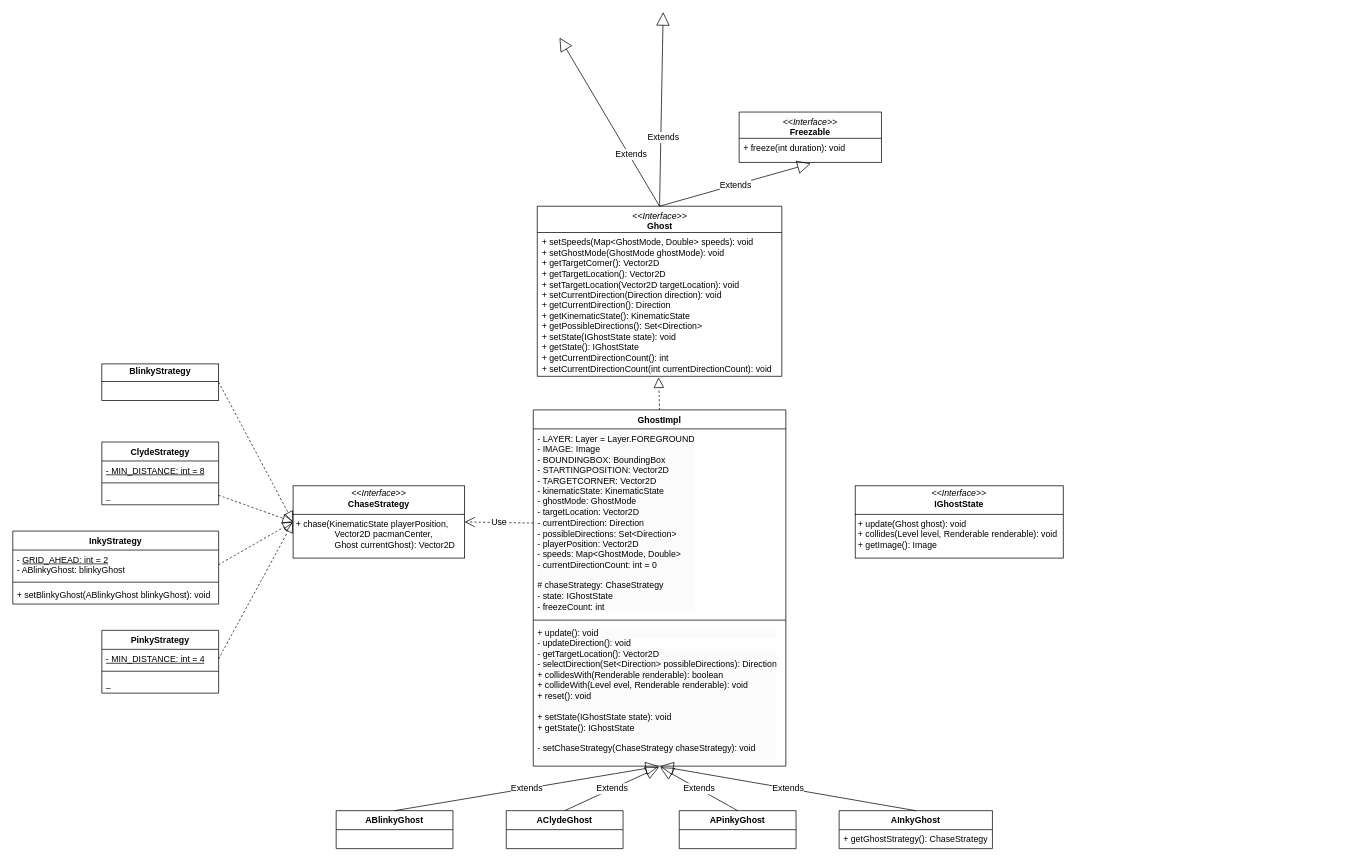
NguyenChHieu/graphs keeps this draw.io diagram as soft2201A3.drawio. Above is the earlier version. Source tidied: cells renumbered, new cells numbered last; positions are measured from the earlier drawing's top-left corner, leaving out a move shared by most shapes. Both pictures are drawn from the tidied source at 73%, with x=0, y=0 at pixel (12, 12).
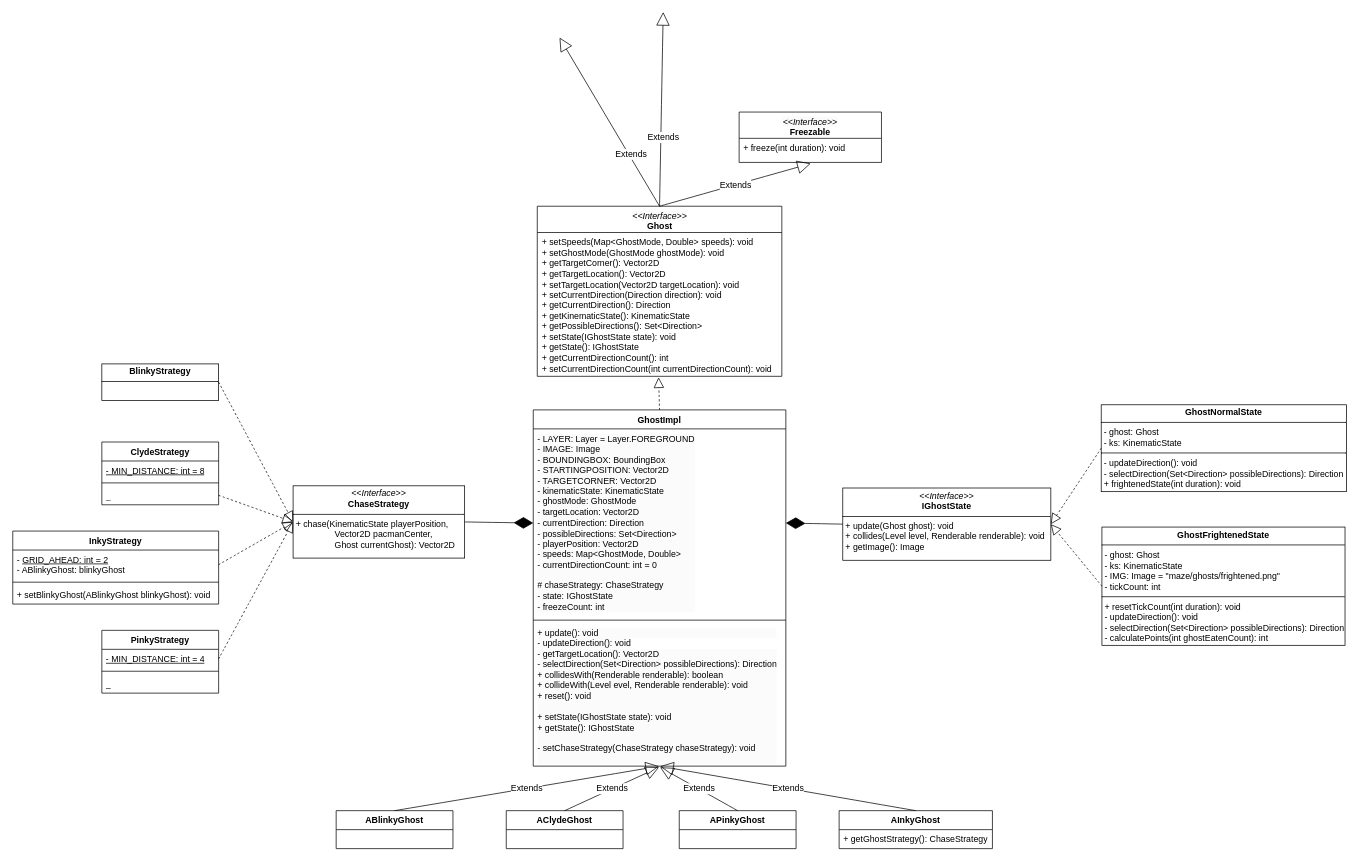
After the change.

The change refers to these unchanged cells:
```xml
<mxCell id="3" value="&lt;span style=&quot;background-color: rgb(251, 251, 251);&quot;&gt;- LAYER: Layer = Layer.FOREGROUND&lt;/span&gt;&lt;div style=&quot;background-color: rgb(251, 251, 251);&quot;&gt;- IMAGE: Image&lt;/div&gt;&lt;div style=&quot;background-color: rgb(251, 251, 251);&quot;&gt;- BOUNDINGBOX: BoundingBox&lt;/div&gt;&lt;div style=&quot;background-color: rgb(251, 251, 251);&quot;&gt;- STARTINGPOSITION: Vector2D&lt;/div&gt;&lt;div style=&quot;background-color: rgb(251, 251, 251);&quot;&gt;- TARGETCORNER: Vector2D&lt;/div&gt;&lt;div style=&quot;background-color: rgb(251, 251, 251);&quot;&gt;- kinematicState: KinematicState&lt;/div&gt;&lt;div style=&quot;background-color: rgb(251, 251, 251);&quot;&gt;- ghostMode: GhostMode&lt;/div&gt;&lt;div style=&quot;background-color: rgb(251, 251, 251);&quot;&gt;- targetLocation: Vector2D&lt;/div&gt;&lt;div style=&quot;background-color: rgb(251, 251, 251);&quot;&gt;- currentDirection: Direction&lt;/div&gt;&lt;div style=&quot;background-color: rgb(251, 251, 251);&quot;&gt;- possibleDirections: Set&amp;lt;Direction&amp;gt;&lt;/div&gt;&lt;div style=&quot;background-color: rgb(251, 251, 251);&quot;&gt;- playerPosition: Vector2D&lt;/div&gt;&lt;div style=&quot;background-color: rgb(251, 251, 251);&quot;&gt;- speeds: Map&amp;lt;GhostMode, Double&amp;gt;&lt;/div&gt;&lt;div style=&quot;background-color: rgb(251, 251, 251);&quot;&gt;- currentDirectionCount: int = 0&lt;/div&gt;&lt;div style=&quot;background-color: rgb(251, 251, 251);&quot;&gt;&lt;br&gt;&lt;/div&gt;&lt;div style=&quot;background-color: rgb(251, 251, 251);&quot;&gt;# chaseStrategy: ChaseStrategy&lt;/div&gt;&lt;div style=&quot;background-color: rgb(251, 251, 251);&quot;&gt;- state: IGhostState&lt;/div&gt;&lt;div style=&quot;background-color: rgb(251, 251, 251);&quot;&gt;- freezeCount: int&lt;/div&gt;" style="text;strokeColor=none;fillColor=none;align=left;verticalAlign=top;spacingLeft=4;spacingRight=4;overflow=hidden;points=[[0,0.5],[1,0.5]];portConstraint=eastwest;whiteSpace=wrap;html=1;" parent="2" vertex="1">
  <mxGeometry y="26" width="346" height="258" as="geometry" />
</mxCell>
<mxCell id="23" value="&lt;p style=&quot;margin:0px;margin-top:4px;text-align:center;&quot;&gt;&lt;i&gt;&amp;lt;&amp;lt;Interface&amp;gt;&amp;gt;&lt;/i&gt;&lt;br&gt;&lt;b&gt;ChaseStrategy&lt;/b&gt;&lt;/p&gt;&lt;hr size=&quot;1&quot; style=&quot;border-style:solid;&quot;&gt;&lt;p style=&quot;margin:0px;margin-left:4px;&quot;&gt;&lt;/p&gt;&lt;p style=&quot;margin:0px;margin-left:4px;&quot;&gt;+ chase(KinematicState playerPosition,&amp;nbsp;&lt;/p&gt;&lt;p style=&quot;margin:0px;margin-left:4px;&quot;&gt;&lt;span style=&quot;white-space: pre;&quot;&gt;&#9;&lt;span style=&quot;white-space: pre;&quot;&gt;&#9;&lt;/span&gt;&lt;/span&gt;Vector2D pacmanCenter,&amp;nbsp;&lt;/p&gt;&lt;p style=&quot;margin:0px;margin-left:4px;&quot;&gt;&lt;span style=&quot;white-space: pre;&quot;&gt;&#9;&lt;/span&gt;&lt;span style=&quot;white-space: pre;&quot;&gt;&#9;&lt;/span&gt;Ghost currentGhost): Vector2D&amp;nbsp;&lt;br&gt;&lt;/p&gt;" style="verticalAlign=top;align=left;overflow=fill;html=1;whiteSpace=wrap;" parent="1" vertex="1">
  <mxGeometry x="384" y="649" width="235" height="99" as="geometry" />
</mxCell>
```

The edit, as a diff of the source:
```diff
@@
-    <mxCell id="41" value="Use" style="endArrow=open;endSize=12;dashed=1;html=1;rounded=0;fontSize=12;curved=1;exitX=0;exitY=0.5;exitDx=0;exitDy=0;entryX=1;entryY=0.5;entryDx=0;entryDy=0;" parent="1" edge="1" source="3" target="23">
-      <mxGeometry relative="1" as="geometry" />
-    </mxCell>
     <mxCell id="42" value="&lt;p style=&quot;margin:0px;margin-top:4px;text-align:center;&quot;&gt;&lt;i&gt;&amp;lt;&amp;lt;Interface&amp;gt;&amp;gt;&lt;/i&gt;&lt;br&gt;&lt;b&gt;IGhostState&lt;/b&gt;&lt;/p&gt;&lt;hr size=&quot;1&quot; style=&quot;border-style:solid;&quot;&gt;&lt;p style=&quot;margin:0px;margin-left:4px;&quot;&gt;&lt;/p&gt;&lt;p style=&quot;margin:0px;margin-left:4px;&quot;&gt;&lt;span style=&quot;background-color: initial;&quot;&gt;+ update(Ghost ghost): void&lt;br/&gt;+ collides(Level level, Renderable renderable): void&lt;br/&gt;+ getImage(): Image&lt;/span&gt;&lt;span style=&quot;background-color: initial;&quot;&gt;&amp;nbsp;&lt;/span&gt;&lt;br&gt;&lt;/p&gt;" style="verticalAlign=top;align=left;overflow=fill;html=1;whiteSpace=wrap;" parent="1" vertex="1">
-      <mxGeometry x="1154" y="649" width="285" height="99" as="geometry" />
+      <mxGeometry x="1137" y="652" width="285" height="99" as="geometry" />
     </mxCell>
+    <mxCell id="43" value="&lt;p style=&quot;margin:0px;margin-top:4px;text-align:center;&quot;&gt;&lt;b&gt;GhostNormalState&lt;/b&gt;&lt;/p&gt;&lt;hr size=&quot;1&quot; style=&quot;border-style:solid;&quot;&gt;&lt;p style=&quot;margin:0px;margin-left:4px;&quot;&gt;- ghost: Ghost&lt;/p&gt;&lt;p style=&quot;margin:0px;margin-left:4px;&quot;&gt;- ks: KinematicState&lt;/p&gt;&lt;hr size=&quot;1&quot; style=&quot;border-style:solid;&quot;&gt;&lt;p style=&quot;margin:0px;margin-left:4px;&quot;&gt;- updateDirection(): void&lt;br&gt;- selectDirection(Set&amp;lt;Direction&amp;gt; possibleDirections): Direction&lt;br&gt;+ frightenedState(int duration): void&lt;br&gt;&lt;/p&gt;" style="verticalAlign=top;align=left;overflow=fill;html=1;whiteSpace=wrap;" parent="1" vertex="1">
+      <mxGeometry x="1491" y="538" width="336" height="119" as="geometry" />
+    </mxCell>
+    <mxCell id="44" value="&lt;p style=&quot;margin:0px;margin-top:4px;text-align:center;&quot;&gt;&lt;b&gt;GhostFrightenedState&lt;/b&gt;&lt;/p&gt;&lt;hr size=&quot;1&quot; style=&quot;border-style:solid;&quot;&gt;&lt;p style=&quot;margin: 0px 0px 0px 4px;&quot;&gt;- ghost: Ghost&lt;/p&gt;&lt;p style=&quot;margin: 0px 0px 0px 4px;&quot;&gt;- ks: KinematicState&lt;/p&gt;&lt;p style=&quot;margin: 0px 0px 0px 4px;&quot;&gt;- IMG: Image = &quot;maze/ghosts/frightened.png&quot;&lt;br&gt;- tickCount: int&lt;br&gt;&lt;/p&gt;&lt;hr size=&quot;1&quot; style=&quot;border-style:solid;&quot;&gt;&lt;p style=&quot;margin:0px;margin-left:4px;&quot;&gt;+ resetTickCount(int duration): void&lt;br&gt;- updateDirection(): void&lt;br&gt;- selectDirection(Set&amp;lt;Direction&amp;gt; possibleDirections): Direction&lt;br&gt;- calculatePoints(int ghostEatenCount): int&lt;br&gt;&lt;/p&gt;" style="verticalAlign=top;align=left;overflow=fill;html=1;whiteSpace=wrap;" parent="1" vertex="1">
+      <mxGeometry x="1492" y="705.5" width="333" height="162" as="geometry" />
+    </mxCell>
+    <mxCell id="45" style="endArrow=block;dashed=1;endFill=0;endSize=12;html=1;rounded=0;fontSize=12;curved=1;exitX=0;exitY=0.5;exitDx=0;exitDy=0;entryX=1;entryY=0.5;entryDx=0;entryDy=0;" parent="1" edge="1" source="43" target="42">
+      <mxGeometry relative="1" as="geometry" />
+    </mxCell>
+    <mxCell id="46" style="endArrow=block;dashed=1;endFill=0;endSize=12;html=1;rounded=0;fontSize=12;curved=1;exitX=0;exitY=0.5;exitDx=0;exitDy=0;entryX=1;entryY=0.5;entryDx=0;entryDy=0;" parent="1" edge="1" source="44" target="42">
+      <mxGeometry relative="1" as="geometry" />
+    </mxCell>
+    <mxCell id="47" style="endArrow=diamondThin;endFill=1;endSize=24;html=1;rounded=0;fontSize=12;curved=1;entryX=0;entryY=0.5;entryDx=0;entryDy=0;exitX=1;exitY=0.5;exitDx=0;exitDy=0;" parent="1" edge="1" source="23" target="3">
+      <mxGeometry relative="1" as="geometry" />
+    </mxCell>
+    <mxCell id="48" style="endArrow=diamondThin;endFill=1;endSize=24;html=1;rounded=0;fontSize=12;curved=1;exitX=0;exitY=0.5;exitDx=0;exitDy=0;entryX=1;entryY=0.5;entryDx=0;entryDy=0;" parent="1" edge="1" source="42" target="3">
+      <mxGeometry relative="1" as="geometry" />
+    </mxCell>
```
